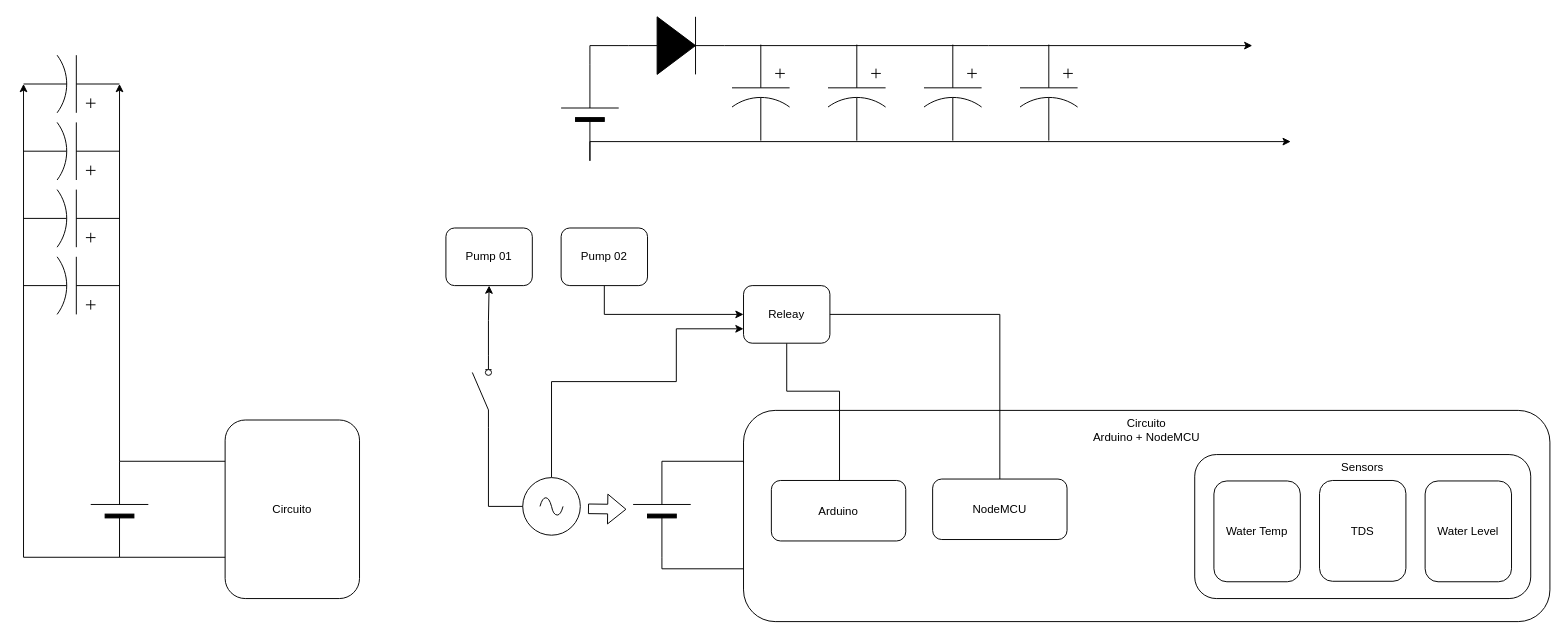
This is vertical_garden_structure.drawio from felipelanger/hidroponic_garden, a draw.io file, before an edit. Source tidied: cells renumbered, new cells numbered last; positions are measured from the earlier drawing's top-left corner, leaving out a move shared by most shapes. Both pictures are drawn from the tidied source at 96%, with x=0, y=0 at pixel (23, 16).
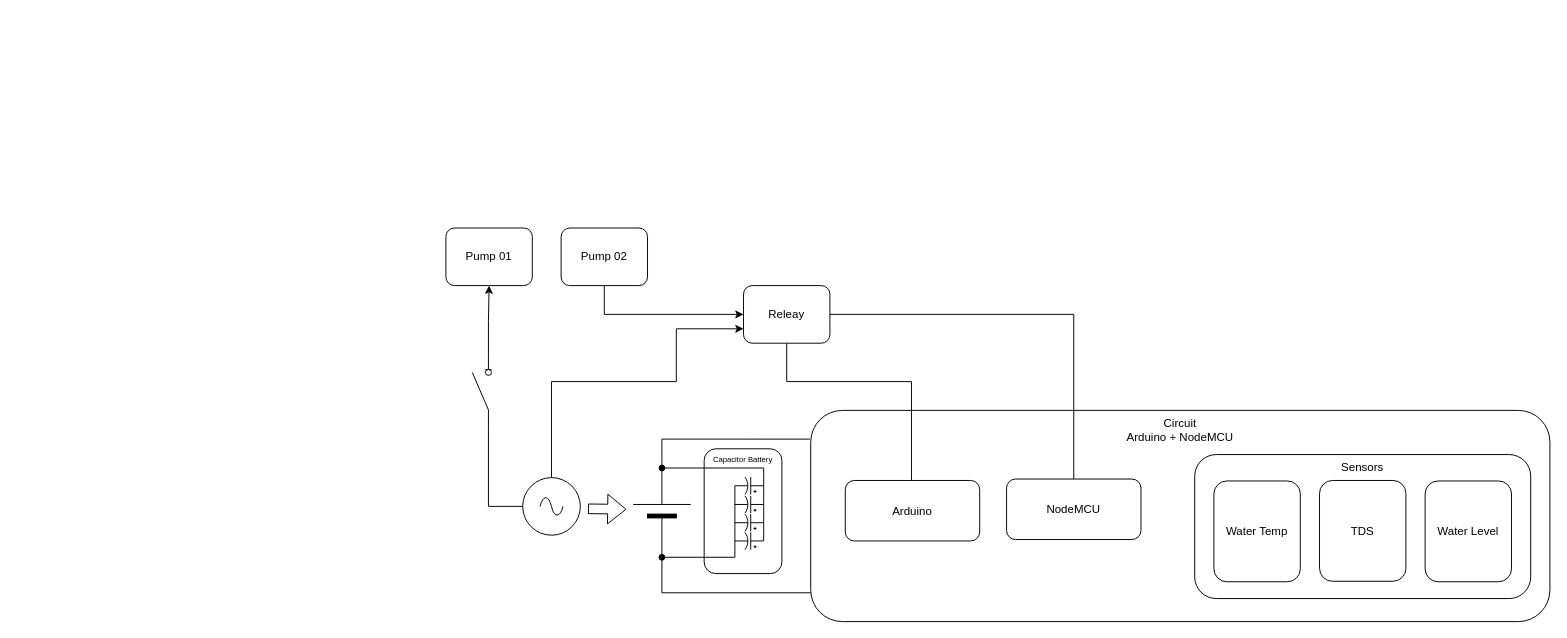
After the change.

Unchanged cells that the change refers to:
```xml
<mxCell id="24" style="verticalLabelPosition=bottom;shadow=0;dashed=0;align=center;fillColor=strokeColor;html=1;verticalAlign=top;strokeWidth=1;shape=mxgraph.electrical.miscellaneous.monocell_battery;rotation=-90;" parent="1" vertex="1">
  <mxGeometry x="615" y="483" width="100" height="60" as="geometry" />
</mxCell>
<mxCell id="32" value="Releay" style="rounded=1;whiteSpace=wrap;html=1;" parent="1" vertex="1">
  <mxGeometry x="750" y="280" width="90" height="60" as="geometry" />
</mxCell>
```

The edit, as a diff of the source:
```diff
@@
-    <mxCell id="2" value="Circuito&lt;br&gt;Arduino + NodeMCU" style="rounded=1;whiteSpace=wrap;html=1;verticalAlign=top;fillColor=none;" parent="1" vertex="1">
-      <mxGeometry x="750" y="410" width="840" height="220" as="geometry" />
+    <mxCell id="2" value="Circuit&lt;br&gt;Arduino + NodeMCU" style="rounded=1;whiteSpace=wrap;html=1;verticalAlign=top;fillColor=none;" parent="1" vertex="1">
+      <mxGeometry x="820" y="410" width="770" height="220" as="geometry" />
     </mxCell>
-    <mxCell id="3" style="verticalLabelPosition=bottom;shadow=0;dashed=0;align=center;html=1;verticalAlign=top;shape=mxgraph.electrical.capacitors.capacitor_3;rotation=90;" parent="1" vertex="1">
-      <mxGeometry x="718" y="49" width="100" height="60" as="geometry" />
-    </mxCell>
-    <mxCell id="4" style="edgeStyle=orthogonalEdgeStyle;rounded=0;jettySize=auto;html=1;exitX=1;exitY=0.5;exitDx=0;exitDy=0;exitPerimeter=0;startArrow=none;" parent="1" edge="1" source="11">
-      <mxGeometry relative="1" as="geometry">
-        <mxPoint x="1280" y="30" as="targetPoint" />
-      </mxGeometry>
-    </mxCell>
-    <mxCell id="5" style="verticalLabelPosition=bottom;shadow=0;dashed=0;align=center;fillColor=strokeColor;html=1;verticalAlign=top;strokeWidth=1;shape=mxgraph.electrical.miscellaneous.monocell_battery;rotation=-90;" parent="1" vertex="1">
-      <mxGeometry x="540" y="70" width="100" height="60" as="geometry" />
-    </mxCell>
-    <mxCell id="6" style="verticalLabelPosition=bottom;shadow=0;dashed=0;align=center;html=1;verticalAlign=top;shape=mxgraph.electrical.capacitors.capacitor_3;rotation=90;" parent="1" vertex="1">
-      <mxGeometry x="818" y="49" width="100" height="60" as="geometry" />
-    </mxCell>
-    <mxCell id="7" style="verticalLabelPosition=bottom;shadow=0;dashed=0;align=center;html=1;verticalAlign=top;shape=mxgraph.electrical.capacitors.capacitor_3;rotation=90;" parent="1" vertex="1">
-      <mxGeometry x="918" y="49" width="100" height="60" as="geometry" />
-    </mxCell>
-    <mxCell id="8" style="verticalLabelPosition=bottom;shadow=0;dashed=0;align=center;html=1;verticalAlign=top;shape=mxgraph.electrical.capacitors.capacitor_3;rotation=90;" parent="1" vertex="1">
-      <mxGeometry x="1018" y="49" width="100" height="60" as="geometry" />
-    </mxCell>
-    <mxCell id="9" style="edgeStyle=orthogonalEdgeStyle;rounded=0;jettySize=auto;html=1;exitX=0;exitY=0.5;exitDx=0;exitDy=0;exitPerimeter=0;" parent="1" edge="1" source="5">
-      <mxGeometry relative="1" as="geometry">
-        <mxPoint x="1320" y="130" as="targetPoint" />
-        <Array as="points">
-          <mxPoint x="590" y="130" />
-        </Array>
-      </mxGeometry>
-    </mxCell>
-    <mxCell id="10" style="edgeStyle=orthogonalEdgeStyle;rounded=0;jettySize=auto;html=1;exitX=1;exitY=0.5;exitDx=0;exitDy=0;exitPerimeter=0;endArrow=none;" parent="1" edge="1" source="5" target="11">
-      <mxGeometry relative="1" as="geometry" />
-    </mxCell>
-    <mxCell id="11" style="fillColor=strokeColor;verticalLabelPosition=bottom;shadow=0;dashed=0;align=center;html=1;verticalAlign=top;shape=mxgraph.electrical.diodes.diode;" parent="1" vertex="1">
-      <mxGeometry x="630" width="100" height="60" as="geometry" />
-    </mxCell>
-    <mxCell id="12" style="edgeStyle=orthogonalEdgeStyle;rounded=0;jettySize=auto;html=1;exitX=1;exitY=0.5;exitDx=0;exitDy=0;exitPerimeter=0;entryX=0;entryY=0.25;entryDx=0;entryDy=0;" parent="1" edge="1" source="16" target="17">
-      <mxGeometry relative="1" as="geometry">
-        <Array as="points">
-          <mxPoint x="220" y="463" />
-        </Array>
-      </mxGeometry>
-    </mxCell>
-    <mxCell id="13" style="edgeStyle=orthogonalEdgeStyle;rounded=0;jettySize=auto;html=1;exitX=0;exitY=0.5;exitDx=0;exitDy=0;exitPerimeter=0;entryX=0;entryY=0.75;entryDx=0;entryDy=0;" parent="1" edge="1" source="16" target="17">
-      <mxGeometry relative="1" as="geometry">
-        <Array as="points">
-          <mxPoint x="250" y="563" />
-        </Array>
-      </mxGeometry>
-    </mxCell>
-    <mxCell id="14" style="edgeStyle=orthogonalEdgeStyle;rounded=0;jettySize=auto;html=1;exitX=1;exitY=0.5;exitDx=0;exitDy=0;exitPerimeter=0;entryX=0;entryY=0.5;entryDx=0;entryDy=0;entryPerimeter=0;" parent="1" edge="1" source="16" target="21">
-      <mxGeometry relative="1" as="geometry">
-        <Array as="points">
-          <mxPoint x="100" y="170" />
-          <mxPoint x="100" y="170" />
-        </Array>
-      </mxGeometry>
-    </mxCell>
-    <mxCell id="15" style="edgeStyle=orthogonalEdgeStyle;rounded=0;jettySize=auto;html=1;exitX=0;exitY=0.5;exitDx=0;exitDy=0;exitPerimeter=0;entryX=1;entryY=0.5;entryDx=0;entryDy=0;entryPerimeter=0;" parent="1" edge="1" source="16" target="21">
-      <mxGeometry relative="1" as="geometry">
-        <Array as="points">
-          <mxPoint y="563" />
-        </Array>
-      </mxGeometry>
-    </mxCell>
-    <mxCell id="16" style="verticalLabelPosition=bottom;shadow=0;dashed=0;align=center;fillColor=strokeColor;html=1;verticalAlign=top;strokeWidth=1;shape=mxgraph.electrical.miscellaneous.monocell_battery;rotation=-90;" parent="1" vertex="1">
-      <mxGeometry x="50" y="483" width="100" height="60" as="geometry" />
-    </mxCell>
-    <mxCell id="17" value="Circuito" style="rounded=1;whiteSpace=wrap;html=1;" parent="1" vertex="1">
-      <mxGeometry x="210" y="420" width="140" height="186" as="geometry" />
-    </mxCell>
-    <mxCell id="18" style="verticalLabelPosition=bottom;shadow=0;dashed=0;align=center;html=1;verticalAlign=top;shape=mxgraph.electrical.capacitors.capacitor_3;rotation=-180;" parent="1" vertex="1">
-      <mxGeometry y="110" width="100" height="60" as="geometry" />
-    </mxCell>
-    <mxCell id="19" style="verticalLabelPosition=bottom;shadow=0;dashed=0;align=center;html=1;verticalAlign=top;shape=mxgraph.electrical.capacitors.capacitor_3;rotation=-180;" parent="1" vertex="1">
-      <mxGeometry y="180" width="100" height="60" as="geometry" />
-    </mxCell>
     <mxCell id="20" style="verticalLabelPosition=bottom;shadow=0;dashed=0;align=center;html=1;verticalAlign=top;shape=mxgraph.electrical.capacitors.capacitor_3;rotation=-180;" parent="1" vertex="1">
-      <mxGeometry y="250" width="100" height="60" as="geometry" />
+      <mxGeometry x="741" y="518" width="30" height="18" as="geometry" />
     </mxCell>
-    <mxCell id="21" style="verticalLabelPosition=bottom;shadow=0;dashed=0;align=center;html=1;verticalAlign=top;shape=mxgraph.electrical.capacitors.capacitor_3;rotation=-180;" parent="1" vertex="1">
-      <mxGeometry y="40" width="100" height="60" as="geometry" />
-    </mxCell>
-    <mxCell id="22" style="edgeStyle=orthogonalEdgeStyle;rounded=0;jettySize=auto;html=1;exitX=1;exitY=0.5;exitDx=0;exitDy=0;exitPerimeter=0;entryX=0;entryY=0.25;entryDx=0;entryDy=0;endArrow=none;endFill=0;" parent="1" edge="1" source="24" target="2">
+    <mxCell id="22" style="edgeStyle=orthogonalEdgeStyle;rounded=0;jettySize=auto;html=1;exitX=1;exitY=0.5;exitDx=0;exitDy=0;exitPerimeter=0;endArrow=none;endFill=0;entryX=-0.001;entryY=0.136;entryDx=0;entryDy=0;entryPerimeter=0;" parent="1" edge="1" source="24" target="2">
       <mxGeometry relative="1" as="geometry">
         <Array as="points">
-          <mxPoint x="750" y="463" />
+          <mxPoint x="665" y="440" />
         </Array>
       </mxGeometry>
     </mxCell>
-    <mxCell id="23" style="edgeStyle=orthogonalEdgeStyle;rounded=0;jettySize=auto;html=1;exitX=0;exitY=0.5;exitDx=0;exitDy=0;exitPerimeter=0;entryX=0;entryY=0.75;entryDx=0;entryDy=0;endArrow=none;endFill=0;" parent="1" edge="1" source="24" target="2">
+    <mxCell id="23" style="edgeStyle=orthogonalEdgeStyle;rounded=0;jettySize=auto;html=1;exitX=0;exitY=0.5;exitDx=0;exitDy=0;exitPerimeter=0;endArrow=none;endFill=0;" parent="1" edge="1" source="24">
       <mxGeometry relative="1" as="geometry">
+        <mxPoint x="820" y="600" as="targetPoint" />
         <Array as="points">
-          <mxPoint x="665" y="575" />
+          <mxPoint x="665" y="600" />
+          <mxPoint x="820" y="600" />
         </Array>
       </mxGeometry>
     </mxCell>
+    <mxCell id="43" style="edgeStyle=orthogonalEdgeStyle;rounded=0;jettySize=auto;html=1;entryX=1;entryY=0.5;entryDx=0;entryDy=0;entryPerimeter=0;endArrow=none;endFill=0;exitX=0;exitY=0.5;exitDx=0;exitDy=0;exitPerimeter=0;startArrow=oval;startFill=1;" parent="1" edge="1" source="24" target="45">
+      <mxGeometry relative="1" as="geometry">
+        <Array as="points">
+          <mxPoint x="741" y="563" />
+        </Array>
+      </mxGeometry>
+    </mxCell>
@@
     <mxCell id="25" style="edgeStyle=orthogonalEdgeStyle;rounded=0;jettySize=auto;html=1;exitX=0.5;exitY=0;exitDx=0;exitDy=0;endArrow=none;endFill=0;" parent="1" edge="1" source="35" target="32">
       <mxGeometry relative="1" as="geometry">
         <Array as="points">
-          <mxPoint x="850" y="483" />
-          <mxPoint x="850" y="390" />
-          <mxPoint x="795" y="390" />
+          <mxPoint x="925" y="483" />
+          <mxPoint x="925" y="380" />
+          <mxPoint x="795" y="380" />
         </Array>
       </mxGeometry>
     </mxCell>
@@
     <mxCell id="35" value="Arduino" style="rounded=1;whiteSpace=wrap;html=1;" parent="1" vertex="1">
-      <mxGeometry x="779" y="483" width="140" height="63" as="geometry" />
+      <mxGeometry x="856" y="483" width="140" height="63" as="geometry" />
     </mxCell>
     <mxCell id="36" style="edgeStyle=orthogonalEdgeStyle;rounded=0;jettySize=auto;html=1;entryX=1;entryY=0.5;entryDx=0;entryDy=0;endArrow=none;endFill=0;exitX=0.5;exitY=0;exitDx=0;exitDy=0;" parent="1" edge="1" source="37" target="32">
       <mxGeometry relative="1" as="geometry">
         <Array as="points">
-          <mxPoint x="1017" y="310" />
+          <mxPoint x="1094" y="310" />
         </Array>
       </mxGeometry>
     </mxCell>
     <mxCell id="37" value="NodeMCU" style="rounded=1;whiteSpace=wrap;html=1;" parent="1" vertex="1">
-      <mxGeometry x="947" y="481.5" width="140" height="63" as="geometry" />
+      <mxGeometry x="1024" y="481.5" width="140" height="63" as="geometry" />
     </mxCell>
@@
+    <mxCell id="44" style="verticalLabelPosition=bottom;shadow=0;dashed=0;align=center;html=1;verticalAlign=top;shape=mxgraph.electrical.capacitors.capacitor_3;rotation=-180;" parent="1" vertex="1">
+      <mxGeometry x="741" y="499" width="30" height="18" as="geometry" />
+    </mxCell>
+    <mxCell id="45" style="verticalLabelPosition=bottom;shadow=0;dashed=0;align=center;html=1;verticalAlign=top;shape=mxgraph.electrical.capacitors.capacitor_3;rotation=-180;" parent="1" vertex="1">
+      <mxGeometry x="741" y="479.5" width="30" height="18" as="geometry" />
+    </mxCell>
+    <mxCell id="46" style="verticalLabelPosition=bottom;shadow=0;dashed=0;align=center;html=1;verticalAlign=top;shape=mxgraph.electrical.capacitors.capacitor_3;rotation=-180;" parent="1" vertex="1">
+      <mxGeometry x="741" y="537" width="30" height="18" as="geometry" />
+    </mxCell>
+    <mxCell id="47" style="edgeStyle=orthogonalEdgeStyle;rounded=0;jettySize=auto;html=1;entryX=0;entryY=0.5;entryDx=0;entryDy=0;entryPerimeter=0;endArrow=none;endFill=0;startArrow=oval;startFill=1;" parent="1" edge="1" target="46">
+      <mxGeometry relative="1" as="geometry">
+        <mxPoint x="665" y="470" as="sourcePoint" />
+        <Array as="points">
+          <mxPoint x="771" y="470" />
+        </Array>
+      </mxGeometry>
+    </mxCell>
+    <mxCell id="48" value="Capacitor Battery" style="rounded=1;whiteSpace=wrap;html=1;verticalAlign=top;fillColor=none;fontSize=8;" parent="1" vertex="1">
+      <mxGeometry x="709" y="450" width="81" height="130" as="geometry" />
+    </mxCell>
```
